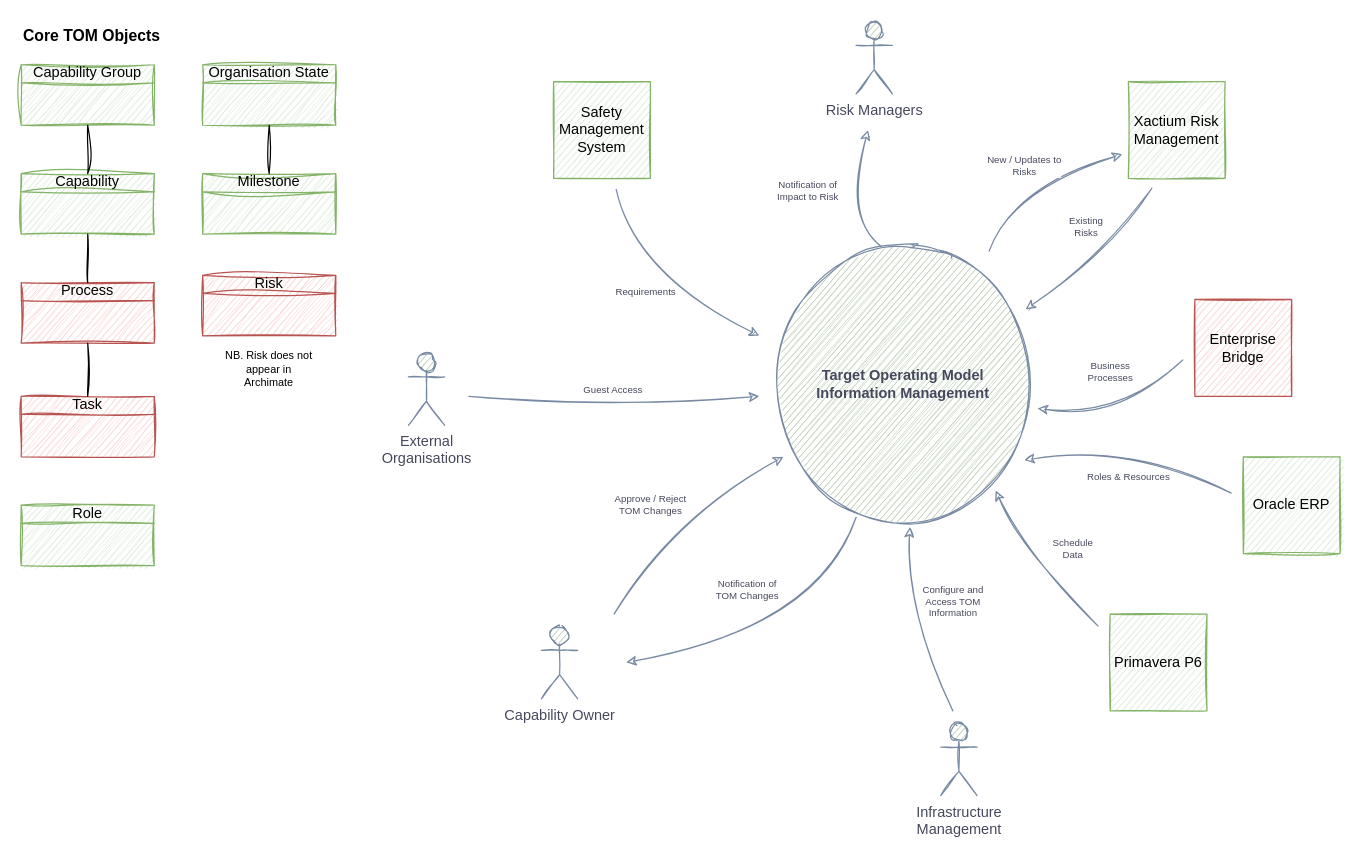
The draw.io diagram page "IM TOM Context Diagram" (1 of 3) of TOM Management.drawio in martinlt/reference, before the edit. Source tidied: cells renumbered, new cells numbered last; positions are measured from the earlier drawing's top-left corner, leaving out a move shared by most shapes. Both pictures are drawn from the tidied source at 121%, with x=0, y=0 at pixel (21, 21).
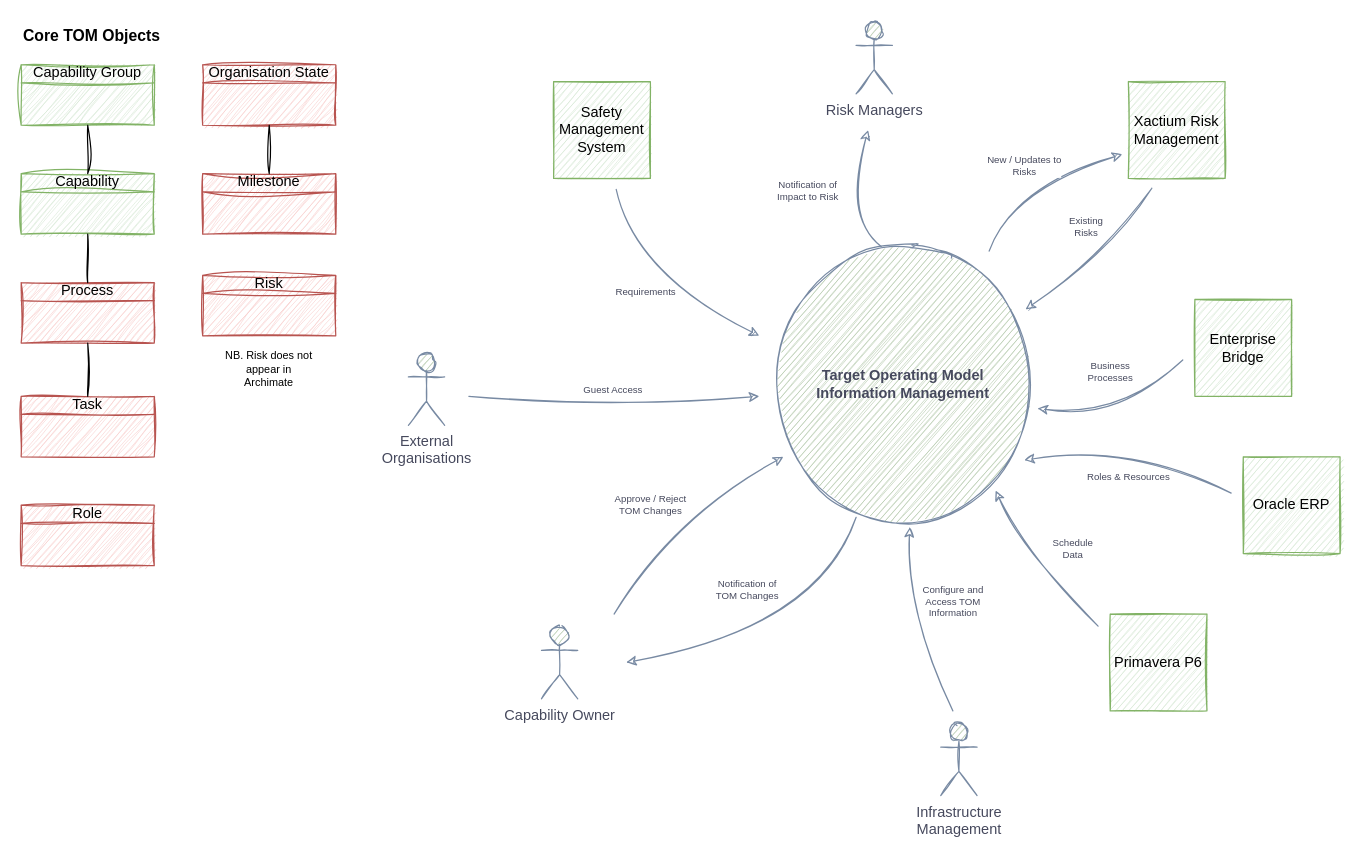
The same diagram, later.

Diff of the diagram source:
```diff
@@
-    <mxCell id="4" value="Enterprise Bridge" style="whiteSpace=wrap;html=1;sketch=1;fillColor=#f8cecc;strokeColor=#b85450;" parent="1" vertex="1">
+    <mxCell id="4" value="Enterprise Bridge" style="whiteSpace=wrap;html=1;sketch=1;fillColor=#d5e8d4;strokeColor=#82b366;" parent="1" vertex="1">
       <mxGeometry x="970" y="230" width="80" height="80" as="geometry" />
     </mxCell>
@@
-    <mxCell id="30" value="Organisation State" style="html=1;outlineConnect=0;whiteSpace=wrap;fillColor=#d5e8d4;shape=mxgraph.archimate3.businessObject;overflow=fill;sketch=1;curveFitting=1;jiggle=2;strokeColor=#82b366;" parent="1" vertex="1">
+    <mxCell id="30" value="Organisation State" style="html=1;outlineConnect=0;whiteSpace=wrap;fillColor=#f8cecc;shape=mxgraph.archimate3.businessObject;overflow=fill;sketch=1;curveFitting=1;jiggle=2;strokeColor=#b85450;" parent="1" vertex="1">
       <mxGeometry x="150" y="36" width="110" height="50" as="geometry" />
     </mxCell>
-    <mxCell id="31" value="Milestone" style="html=1;outlineConnect=0;whiteSpace=wrap;fillColor=#d5e8d4;shape=mxgraph.archimate3.businessObject;overflow=fill;sketch=1;curveFitting=1;jiggle=2;strokeColor=#82b366;" parent="1" vertex="1">
+    <mxCell id="31" value="Milestone" style="html=1;outlineConnect=0;whiteSpace=wrap;fillColor=#f8cecc;shape=mxgraph.archimate3.businessObject;overflow=fill;sketch=1;curveFitting=1;jiggle=2;strokeColor=#b85450;" parent="1" vertex="1">
       <mxGeometry x="150" y="126" width="110" height="50" as="geometry" />
     </mxCell>
@@
-    <mxCell id="35" value="Role" style="html=1;whiteSpace=wrap;fillColor=#d5e8d4;shape=mxgraph.archimate3.businessObject;overflow=fill;sketch=1;curveFitting=1;jiggle=2;strokeColor=#82b366;" parent="1" vertex="1">
+    <mxCell id="35" value="Role" style="html=1;whiteSpace=wrap;fillColor=#f8cecc;shape=mxgraph.archimate3.businessObject;overflow=fill;sketch=1;curveFitting=1;jiggle=2;strokeColor=#b85450;" parent="1" vertex="1">
       <mxGeometry y="400" width="110" height="50" as="geometry" />
     </mxCell>
```
